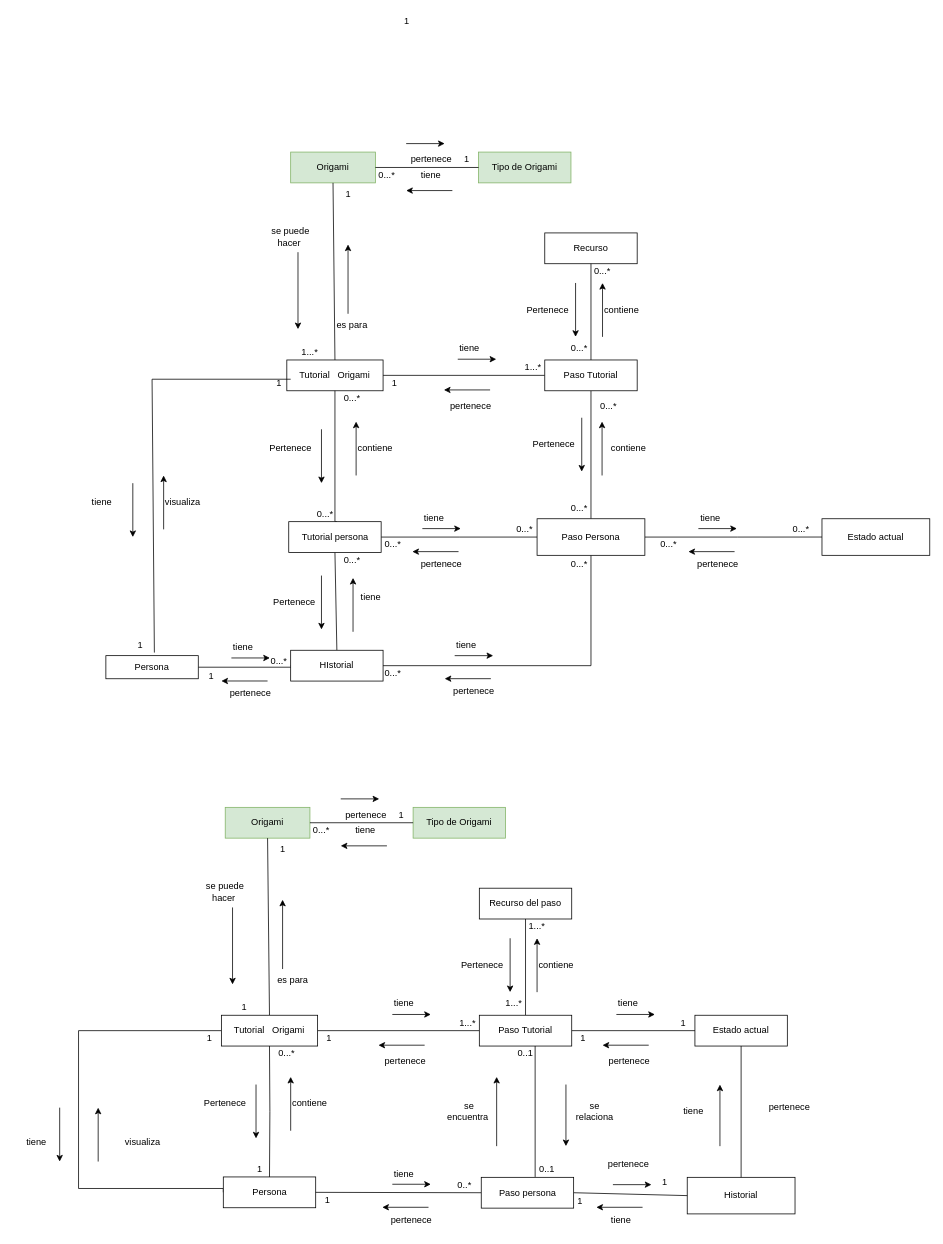
Before: ModeloDeDominio3D.drawio in andrescastillo1996/documentacionMundoOrigami, a draw.io diagram. Source tidied: cells renumbered, new cells numbered last; positions are measured from the earlier drawing's top-left corner, leaving out a move shared by most shapes. Both pictures are drawn from the tidied source at 77%, with x=0, y=0 at pixel (13, 13).
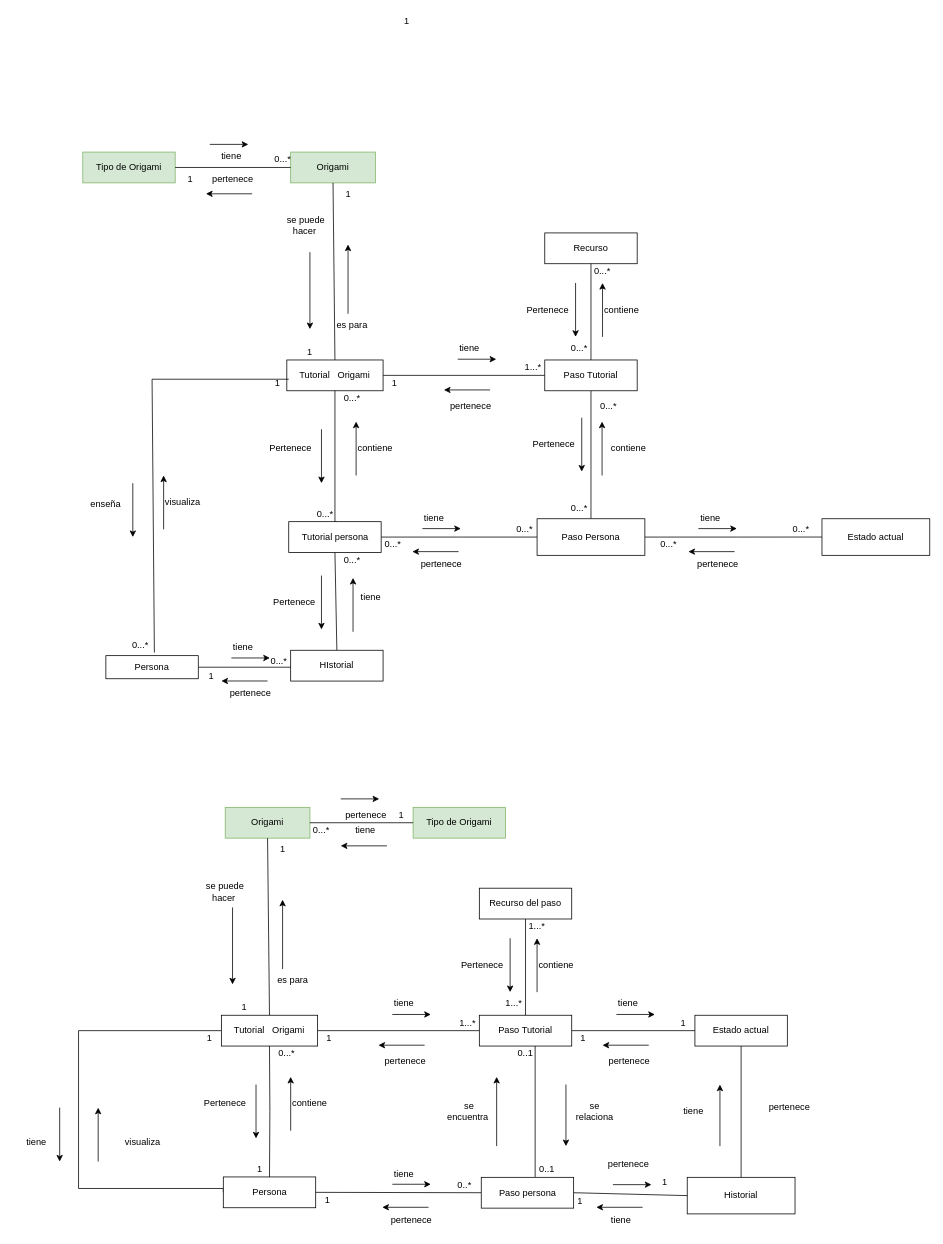
After the change.

Unchanged cells that the change refers to:
```xml
<mxCell id="3" value="Origami" style="rounded=0;whiteSpace=wrap;html=1;fillColor=#d5e8d4;strokeColor=#82b366;" parent="1" vertex="1">
  <mxGeometry x="360" y="180" width="110" height="40" as="geometry" />
</mxCell>
<mxCell id="28" value="HIstorial" style="rounded=0;whiteSpace=wrap;html=1;" parent="1" vertex="1">
  <mxGeometry x="360" y="827" width="120" height="40" as="geometry" />
</mxCell>
<mxCell id="153" value="Paso Persona" style="rounded=0;whiteSpace=wrap;html=1;" parent="1" vertex="1">
  <mxGeometry x="680" y="656.2" width="140" height="47.5" as="geometry" />
</mxCell>
```

What changed in the source:
```diff
@@
     <mxCell id="2" value="Tipo de Origami" style="rounded=0;whiteSpace=wrap;html=1;fillColor=#d5e8d4;strokeColor=#82b366;" parent="1" vertex="1">
-      <mxGeometry x="604" y="180" width="120" height="40" as="geometry" />
+      <mxGeometry x="90" y="180" width="120" height="40" as="geometry" />
     </mxCell>
@@
-    <mxCell id="5" style="endArrow=none;html=1;rounded=0;entryX=0;entryY=0.5;entryDx=0;entryDy=0;exitX=1;exitY=0.5;exitDx=0;exitDy=0;" parent="1" edge="1" source="3" target="2">
+    <mxCell id="5" style="endArrow=none;html=1;rounded=0;entryX=1;entryY=0.5;entryDx=0;entryDy=0;exitX=0;exitY=0.5;exitDx=0;exitDy=0;" parent="1" edge="1" source="3" target="2">
       <mxGeometry relative="1" as="geometry" />
     </mxCell>
@@
     <mxCell id="12" style="endArrow=classic;html=1;rounded=0;" parent="1" edge="1">
       <mxGeometry relative="1" as="geometry">
-        <mxPoint x="510" y="169" as="sourcePoint" />
-        <mxPoint x="560" y="169" as="targetPoint" />
+        <mxPoint x="255" y="170" as="sourcePoint" />
+        <mxPoint x="305" y="170" as="targetPoint" />
       </mxGeometry>
     </mxCell>
     <mxCell id="13" style="endArrow=classic;html=1;rounded=0;" parent="1" edge="1">
       <mxGeometry relative="1" as="geometry">
-        <mxPoint x="570" y="230" as="sourcePoint" />
-        <mxPoint x="510" y="230" as="targetPoint" />
+        <mxPoint x="310" y="234.2" as="sourcePoint" />
+        <mxPoint x="250" y="234.2" as="targetPoint" />
       </mxGeometry>
     </mxCell>
@@
     <mxCell id="15" value="tiene&amp;nbsp;" style="text;html=1;strokeColor=none;fillColor=none;align=center;verticalAlign=middle;whiteSpace=wrap;rounded=0;" parent="1" vertex="1">
-      <mxGeometry x="514" y="195" width="60" height="30" as="geometry" />
+      <mxGeometry x="255" y="170" width="60" height="30" as="geometry" />
     </mxCell>
     <mxCell id="16" value="0...*" style="text;html=1;strokeColor=none;fillColor=none;align=center;verticalAlign=middle;whiteSpace=wrap;rounded=0;" parent="1" vertex="1">
-      <mxGeometry x="470" y="200" width="30" height="20" as="geometry" />
+      <mxGeometry x="335" y="180" width="30" height="20" as="geometry" />
     </mxCell>
     <mxCell id="17" style="endArrow=classic;html=1;rounded=0;" parent="1" edge="1">
       <mxGeometry relative="1" as="geometry">
-        <mxPoint x="369.5" y="310" as="sourcePoint" />
-        <mxPoint x="369.5" y="410" as="targetPoint" />
+        <mxPoint x="385" y="310" as="sourcePoint" />
+        <mxPoint x="385" y="410" as="targetPoint" />
       </mxGeometry>
     </mxCell>
     <mxCell id="18" value="pertenece" style="text;html=1;strokeColor=none;fillColor=none;align=center;verticalAlign=middle;whiteSpace=wrap;rounded=0;" parent="1" vertex="1">
-      <mxGeometry x="513" y="180" width="60" height="20" as="geometry" />
+      <mxGeometry x="255" y="205" width="60" height="20" as="geometry" />
     </mxCell>
     <mxCell id="19" value="1" style="text;html=1;strokeColor=none;fillColor=none;align=center;verticalAlign=middle;whiteSpace=wrap;rounded=0;" parent="1" vertex="1">
-      <mxGeometry x="574" y="180" width="30" height="20" as="geometry" />
+      <mxGeometry x="215" y="205" width="30" height="20" as="geometry" />
     </mxCell>
@@
-    <mxCell id="21" value="1...*" style="text;html=1;strokeColor=none;fillColor=none;align=center;verticalAlign=middle;whiteSpace=wrap;rounded=0;" parent="1" vertex="1">
+    <mxCell id="21" value="1" style="text;html=1;strokeColor=none;fillColor=none;align=center;verticalAlign=middle;whiteSpace=wrap;rounded=0;" parent="1" vertex="1">
       <mxGeometry x="370" y="430" width="30" height="20" as="geometry" />
     </mxCell>
     <mxCell id="22" value="se puede hacer&amp;nbsp;" style="text;html=1;strokeColor=none;fillColor=none;align=center;verticalAlign=middle;whiteSpace=wrap;rounded=0;" parent="1" vertex="1">
-      <mxGeometry x="330" y="280" width="60" height="20" as="geometry" />
+      <mxGeometry x="350" y="265" width="60" height="20" as="geometry" />
     </mxCell>
@@
-    <mxCell id="37" value="1" style="text;html=1;strokeColor=none;fillColor=none;align=center;verticalAlign=middle;whiteSpace=wrap;rounded=0;" parent="1" vertex="1">
+    <mxCell id="37" value="0...*" style="text;html=1;strokeColor=none;fillColor=none;align=center;verticalAlign=middle;whiteSpace=wrap;rounded=0;" parent="1" vertex="1">
       <mxGeometry x="150" y="810" width="30" height="20" as="geometry" />
     </mxCell>
@@
-    <mxCell id="44" value="tiene" style="text;html=1;strokeColor=none;fillColor=none;align=center;verticalAlign=middle;whiteSpace=wrap;rounded=0;" parent="1" vertex="1">
-      <mxGeometry x="85" y="620" width="60" height="30" as="geometry" />
+    <mxCell id="44" value="enseña" style="text;html=1;strokeColor=none;fillColor=none;align=center;verticalAlign=middle;whiteSpace=wrap;rounded=0;" parent="1" vertex="1">
+      <mxGeometry x="90" y="622.5" width="60" height="30" as="geometry" />
     </mxCell>
@@
     <mxCell id="49" value="1" style="text;html=1;strokeColor=none;fillColor=none;align=center;verticalAlign=middle;whiteSpace=wrap;rounded=0;" parent="1" vertex="1">
-      <mxGeometry x="330" y="470" width="30" height="20" as="geometry" />
+      <mxGeometry x="327.5" y="470" width="30" height="20" as="geometry" />
     </mxCell>
@@
-    <mxCell id="151" style="edgeStyle=orthogonalEdgeStyle;rounded=0;jettySize=auto;html=1;endArrow=none;endFill=0;entryX=1;entryY=0.5;entryDx=0;entryDy=0;" parent="1" edge="1" source="153" target="28">
-      <mxGeometry relative="1" as="geometry">
-        <Array as="points">
-          <mxPoint x="750" y="847" />
-        </Array>
-      </mxGeometry>
-    </mxCell>
@@
-    <mxCell id="154" style="endArrow=classic;html=1;rounded=0;" parent="1" edge="1">
-      <mxGeometry relative="1" as="geometry">
-        <mxPoint x="573" y="834" as="sourcePoint" />
-        <mxPoint x="623" y="834" as="targetPoint" />
-      </mxGeometry>
-    </mxCell>
-    <mxCell id="155" style="endArrow=classic;html=1;rounded=0;" parent="1" edge="1">
-      <mxGeometry relative="1" as="geometry">
-        <mxPoint x="620" y="863.9" as="sourcePoint" />
-        <mxPoint x="560" y="863.9" as="targetPoint" />
-      </mxGeometry>
-    </mxCell>
-    <mxCell id="156" value="tiene&amp;nbsp;" style="text;html=1;strokeColor=none;fillColor=none;align=center;verticalAlign=middle;whiteSpace=wrap;rounded=0;" parent="1" vertex="1">
-      <mxGeometry x="560" y="805" width="60" height="30" as="geometry" />
-    </mxCell>
-    <mxCell id="157" value="pertenece" style="text;html=1;strokeColor=none;fillColor=none;align=center;verticalAlign=middle;whiteSpace=wrap;rounded=0;" parent="1" vertex="1">
-      <mxGeometry x="568" y="870" width="60" height="20" as="geometry" />
-    </mxCell>
@@
-    <mxCell id="171" value="0...*" style="text;html=1;strokeColor=none;fillColor=none;align=center;verticalAlign=middle;whiteSpace=wrap;rounded=0;" parent="1" vertex="1">
-      <mxGeometry x="720" y="705" width="30" height="20" as="geometry" />
-    </mxCell>
-    <mxCell id="172" value="0...*" style="text;html=1;strokeColor=none;fillColor=none;align=center;verticalAlign=middle;whiteSpace=wrap;rounded=0;" parent="1" vertex="1">
-      <mxGeometry x="477.5" y="847" width="30" height="20" as="geometry" />
-    </mxCell>
```
